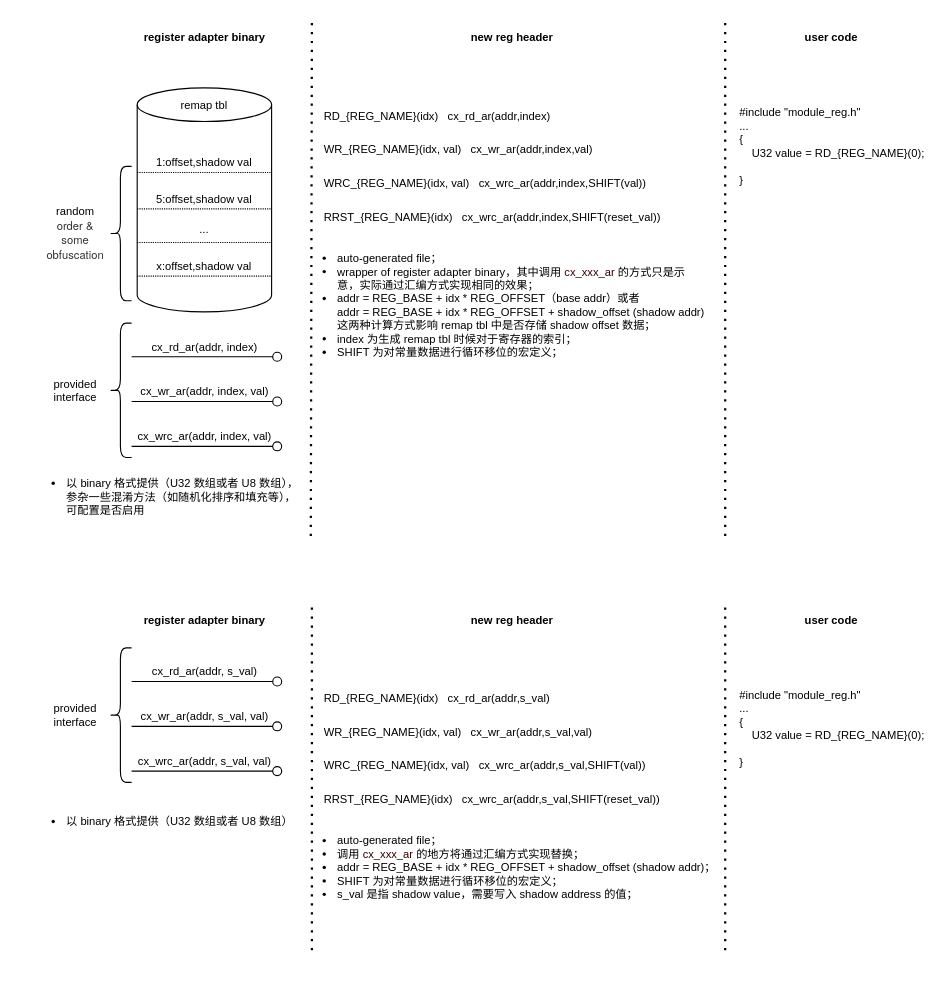
The draw.io diagram page "register_adapter" (10 of 10) of cx3288_sdk.drawio in hehenihao/chart, before the edit. Source tidied: cells renumbered, new cells numbered last; positions are measured from the earlier drawing's top-left corner, leaving out a move shared by most shapes. Both pictures are drawn from the tidied source at 112%, with x=0, y=0 at pixel (19, 20).
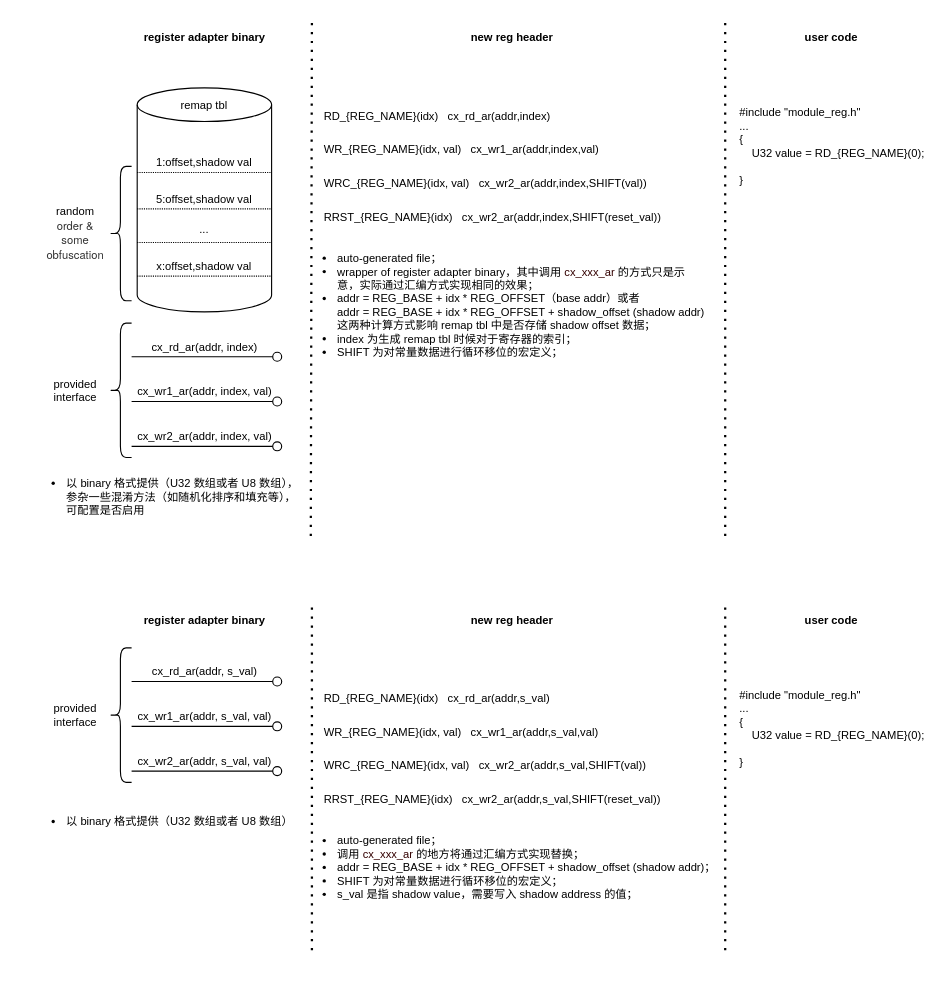
The same page after the edit.

What changed in the source:
```diff
@@
-    <mxCell id="19" value="cx_wr_ar(&lt;span style=&quot;font-size: 10px; text-align: left; text-wrap: wrap;&quot;&gt;addr&lt;/span&gt;, index, val)" style="html=1;verticalAlign=bottom;labelBackgroundColor=none;endArrow=oval;endFill=0;endSize=8;rounded=0;fontSize=10;" parent="1" edge="1">
+    <mxCell id="19" value="cx_wr1_ar(&lt;span style=&quot;font-size: 10px; text-align: left; text-wrap: wrap;&quot;&gt;addr&lt;/span&gt;, index, val)" style="html=1;verticalAlign=bottom;labelBackgroundColor=none;endArrow=oval;endFill=0;endSize=8;rounded=0;fontSize=10;" parent="1" edge="1">
       <mxGeometry relative="1" as="geometry">
         <mxPoint x="100" y="340" as="sourcePoint" />
         <mxPoint x="230" y="340" as="targetPoint" />
       </mxGeometry>
     </mxCell>
-    <mxCell id="20" value="cx_wrc_ar(&lt;span style=&quot;font-size: 10px; text-align: left; text-wrap: wrap;&quot;&gt;addr&lt;/span&gt;, index, val)" style="html=1;verticalAlign=bottom;labelBackgroundColor=none;endArrow=oval;endFill=0;endSize=8;rounded=0;fontSize=10;" parent="1" edge="1">
+    <mxCell id="20" value="cx_wr2_ar(&lt;span style=&quot;font-size: 10px; text-align: left; text-wrap: wrap;&quot;&gt;addr&lt;/span&gt;, index, val)" style="html=1;verticalAlign=bottom;labelBackgroundColor=none;endArrow=oval;endFill=0;endSize=8;rounded=0;fontSize=10;" parent="1" edge="1">
       <mxGeometry relative="1" as="geometry">
         <mxPoint x="100" y="380" as="sourcePoint" />
         <mxPoint x="230" y="380" as="targetPoint" />
       </mxGeometry>
     </mxCell>
@@
-    <mxCell id="24" value="WR_{REG_NAME}(idx, val)&amp;nbsp; &amp;nbsp;cx_wr_ar(addr,index,val)" style="text;html=1;align=left;verticalAlign=middle;whiteSpace=wrap;rounded=0;fontSize=10;" parent="1" vertex="1">
+    <mxCell id="24" value="WR_{REG_NAME}(idx, val)&amp;nbsp; &amp;nbsp;cx_wr1_ar(addr,index,val)" style="text;html=1;align=left;verticalAlign=middle;whiteSpace=wrap;rounded=0;fontSize=10;" parent="1" vertex="1">
       <mxGeometry x="270" y="100" width="350" height="30" as="geometry" />
     </mxCell>
-    <mxCell id="25" value="WRC_{REG_NAME}(idx, val)&amp;nbsp; &amp;nbsp;cx_wrc_ar(addr,index,SHIFT(val))" style="text;html=1;align=left;verticalAlign=middle;whiteSpace=wrap;rounded=0;fontSize=10;" parent="1" vertex="1">
+    <mxCell id="25" value="WRC_{REG_NAME}(idx, val)&amp;nbsp; &amp;nbsp;cx_wr2_ar(addr,index,SHIFT(val))" style="text;html=1;align=left;verticalAlign=middle;whiteSpace=wrap;rounded=0;fontSize=10;" parent="1" vertex="1">
       <mxGeometry x="270" y="130" width="350" height="30" as="geometry" />
     </mxCell>
-    <mxCell id="26" value="RRST_{REG_NAME}(idx)&amp;nbsp; &amp;nbsp;cx_wrc_ar(addr,index,SHIFT(reset_val))" style="text;html=1;align=left;verticalAlign=middle;whiteSpace=wrap;rounded=0;fontSize=10;" parent="1" vertex="1">
+    <mxCell id="26" value="RRST_{REG_NAME}(idx)&amp;nbsp; &amp;nbsp;cx_wr2_ar(addr,index,SHIFT(reset_val))" style="text;html=1;align=left;verticalAlign=middle;whiteSpace=wrap;rounded=0;fontSize=10;" parent="1" vertex="1">
       <mxGeometry x="270" y="160" width="350" height="30" as="geometry" />
     </mxCell>
@@
-    <mxCell id="35" value="WR_{REG_NAME}(idx, val)&amp;nbsp; &amp;nbsp;cx_wr_ar(addr,s_val,val)" style="text;html=1;align=left;verticalAlign=middle;whiteSpace=wrap;rounded=0;fontSize=10;" parent="1" vertex="1">
+    <mxCell id="35" value="WR_{REG_NAME}(idx, val)&amp;nbsp; &amp;nbsp;cx_wr1_ar(addr,s_val,val)" style="text;html=1;align=left;verticalAlign=middle;whiteSpace=wrap;rounded=0;fontSize=10;" parent="1" vertex="1">
       <mxGeometry x="270" y="620" width="350" height="30" as="geometry" />
     </mxCell>
-    <mxCell id="36" value="WRC_{REG_NAME}(idx, val)&amp;nbsp; &amp;nbsp;cx_wrc_ar(addr,s_val,SHIFT(val))" style="text;html=1;align=left;verticalAlign=middle;whiteSpace=wrap;rounded=0;fontSize=10;" parent="1" vertex="1">
+    <mxCell id="36" value="WRC_{REG_NAME}(idx, val)&amp;nbsp; &amp;nbsp;cx_wr2_ar(addr,s_val,SHIFT(val))" style="text;html=1;align=left;verticalAlign=middle;whiteSpace=wrap;rounded=0;fontSize=10;" parent="1" vertex="1">
       <mxGeometry x="270" y="650" width="350" height="30" as="geometry" />
     </mxCell>
-    <mxCell id="37" value="RRST_{REG_NAME}(idx)&amp;nbsp; &amp;nbsp;cx_wrc_ar(addr,s_val,SHIFT(reset_val))" style="text;html=1;align=left;verticalAlign=middle;whiteSpace=wrap;rounded=0;fontSize=10;" parent="1" vertex="1">
+    <mxCell id="37" value="RRST_{REG_NAME}(idx)&amp;nbsp; &amp;nbsp;cx_wr2_ar(addr,s_val,SHIFT(reset_val))" style="text;html=1;align=left;verticalAlign=middle;whiteSpace=wrap;rounded=0;fontSize=10;" parent="1" vertex="1">
       <mxGeometry x="270" y="680" width="350" height="30" as="geometry" />
     </mxCell>
@@
-    <mxCell id="44" value="cx_wr_ar(&lt;span style=&quot;font-size: 10px; text-align: left; text-wrap: wrap;&quot;&gt;addr&lt;/span&gt;, s_val, val)" style="html=1;verticalAlign=bottom;labelBackgroundColor=none;endArrow=oval;endFill=0;endSize=8;rounded=0;fontSize=10;" parent="1" edge="1">
+    <mxCell id="44" value="cx_wr1_ar(&lt;span style=&quot;font-size: 10px; text-align: left; text-wrap: wrap;&quot;&gt;addr&lt;/span&gt;, s_val, val)" style="html=1;verticalAlign=bottom;labelBackgroundColor=none;endArrow=oval;endFill=0;endSize=8;rounded=0;fontSize=10;" parent="1" edge="1">
       <mxGeometry relative="1" as="geometry">
         <mxPoint x="100" y="630" as="sourcePoint" />
         <mxPoint x="230" y="630" as="targetPoint" />
       </mxGeometry>
     </mxCell>
-    <mxCell id="45" value="cx_wrc_ar(&lt;span style=&quot;font-size: 10px; text-align: left; text-wrap: wrap;&quot;&gt;addr&lt;/span&gt;, s_val, val)" style="html=1;verticalAlign=bottom;labelBackgroundColor=none;endArrow=oval;endFill=0;endSize=8;rounded=0;fontSize=10;" parent="1" edge="1">
+    <mxCell id="45" value="cx_wr2_ar(&lt;span style=&quot;font-size: 10px; text-align: left; text-wrap: wrap;&quot;&gt;addr&lt;/span&gt;, s_val, val)" style="html=1;verticalAlign=bottom;labelBackgroundColor=none;endArrow=oval;endFill=0;endSize=8;rounded=0;fontSize=10;" parent="1" edge="1">
       <mxGeometry relative="1" as="geometry">
         <mxPoint x="100" y="670" as="sourcePoint" />
         <mxPoint x="230" y="670" as="targetPoint" />
       </mxGeometry>
     </mxCell>
```
